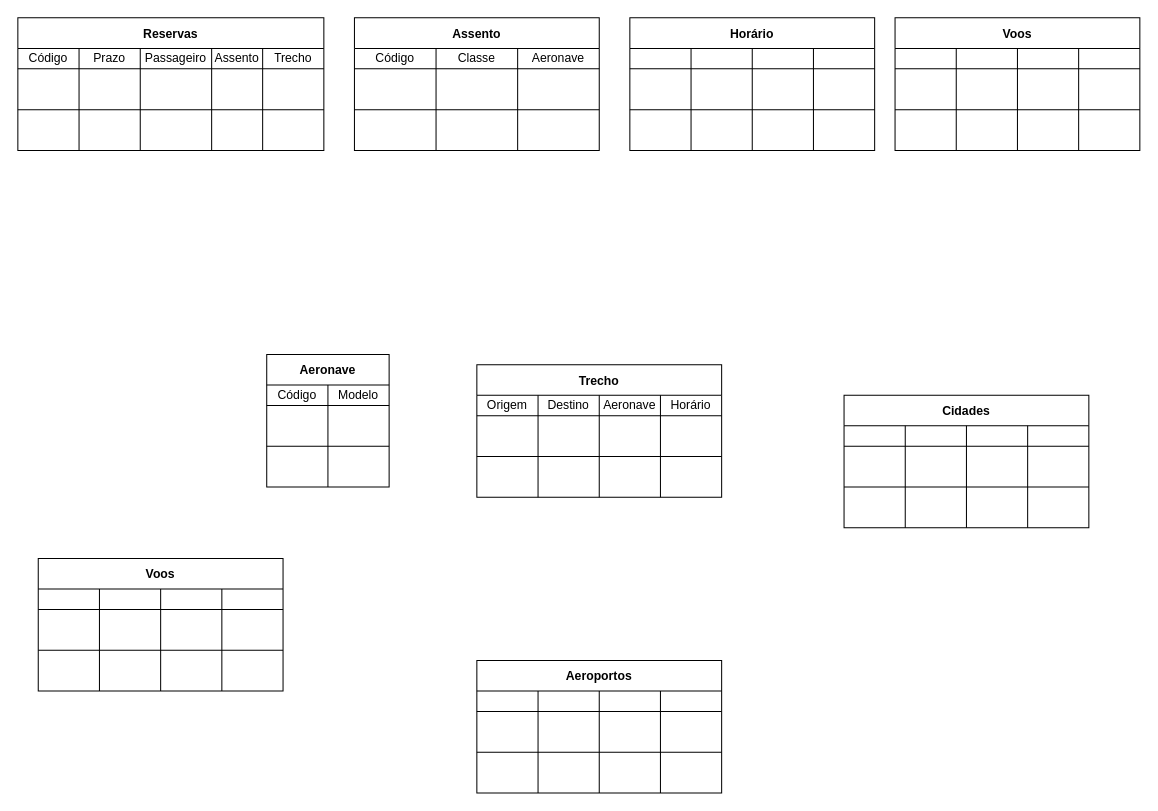
Above: Facul/AlgebraLinear.drawio in HansRafael/projects (draw.io), before the change. Source tidied: cells renumbered, new cells numbered last; positions are measured from the earlier drawing's top-left corner, leaving out a move shared by most shapes. Both pictures are drawn from the tidied source at 102%, with x=0, y=0 at pixel (17, 17).
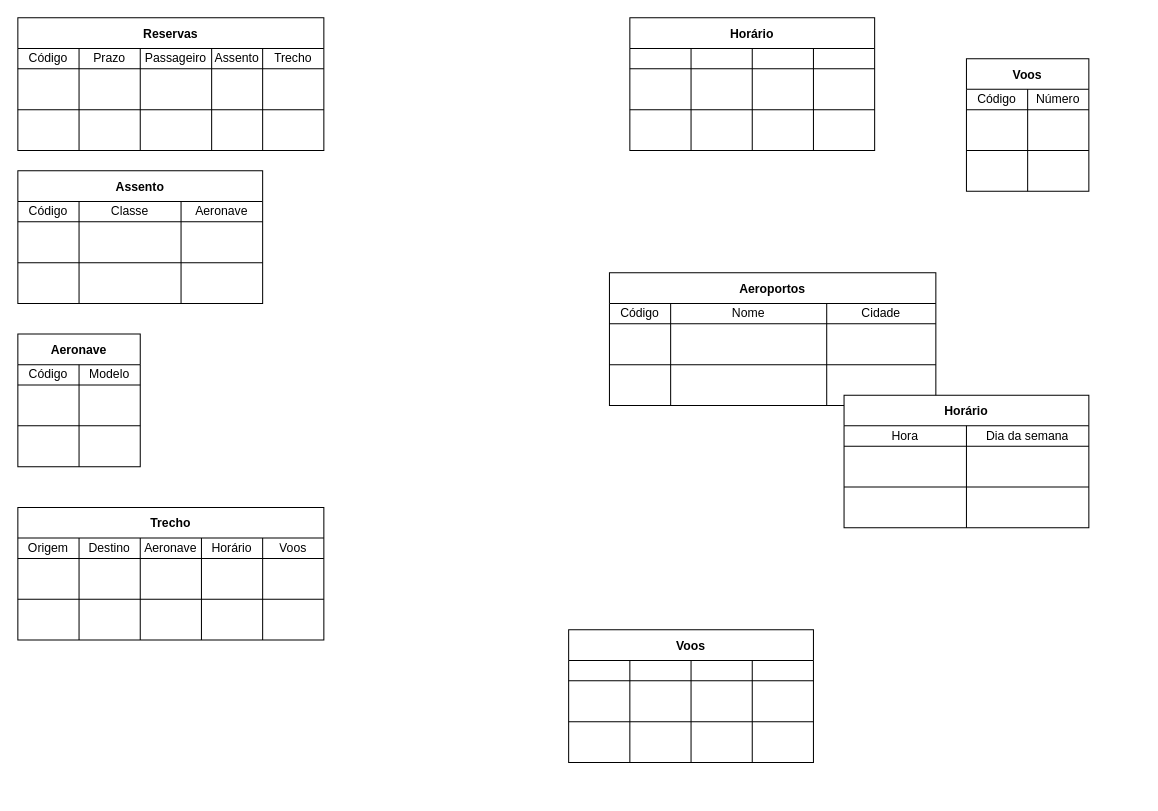
After the change.

Unchanged cells that the change refers to:
```xml
<mxCell id="30" style="shape=partialRectangle;html=1;whiteSpace=wrap;fillColor=none;top=0;left=0;bottom=0;right=0;" parent="29" vertex="1">
  <mxGeometry y="30" width="240" height="20" as="geometry" />
</mxCell>
<mxCell id="34" style="shape=partialRectangle;html=1;whiteSpace=wrap;fillColor=none;top=0;left=0;bottom=0;right=0;" parent="29" vertex="1">
  <mxGeometry y="50" width="240" height="40" as="geometry" />
</mxCell>
<mxCell id="38" style="shape=partialRectangle;html=1;whiteSpace=wrap;fillColor=none;top=0;left=0;bottom=0;right=0;" parent="29" vertex="1">
  <mxGeometry y="90" width="240" height="40" as="geometry" />
</mxCell>
<mxCell id="133" style="shape=partialRectangle;html=1;whiteSpace=wrap;fillColor=none;top=0;left=0;bottom=0;right=0;" parent="132" vertex="1">
  <mxGeometry y="30" width="240" height="20" as="geometry" />
</mxCell>
<mxCell id="138" style="shape=partialRectangle;html=1;whiteSpace=wrap;fillColor=none;top=0;left=0;bottom=0;right=0;" parent="132" vertex="1">
  <mxGeometry y="50" width="240" height="40" as="geometry" />
</mxCell>
<mxCell id="143" style="shape=partialRectangle;html=1;whiteSpace=wrap;fillColor=none;top=0;left=0;bottom=0;right=0;" parent="132" vertex="1">
  <mxGeometry y="90" width="240" height="40" as="geometry" />
</mxCell>
```

Diff of the diagram source:
```diff
@@
     <mxCell id="29" value="Assento" style="shape=table;startSize=30;childLayout=tableLayout;fontStyle=1;align=center;" parent="1" vertex="1">
-      <mxGeometry x="330" width="240" height="130" as="geometry" />
+      <mxGeometry y="150" width="240" height="130" as="geometry" />
     </mxCell>
@@
     <mxCell id="31" value="Código" style="shape=partialRectangle;html=1;whiteSpace=wrap;fillColor=none;top=0;left=0;bottom=0;right=0;overflow=hidden;" parent="30" vertex="1">
-      <mxGeometry width="80" height="20" as="geometry" />
+      <mxGeometry width="60" height="20" as="geometry" />
     </mxCell>
     <mxCell id="32" value="Classe" style="shape=partialRectangle;html=1;whiteSpace=wrap;fillColor=none;top=0;left=0;bottom=0;right=0;overflow=hidden;" parent="30" vertex="1">
-      <mxGeometry x="80" width="80" height="20" as="geometry" />
+      <mxGeometry x="60" width="100" height="20" as="geometry" />
     </mxCell>
@@
     <mxCell id="35" style="shape=partialRectangle;html=1;whiteSpace=wrap;fillColor=none;top=0;left=0;bottom=0;right=0;overflow=hidden;" parent="34" vertex="1">
-      <mxGeometry width="80" height="40" as="geometry" />
+      <mxGeometry width="60" height="40" as="geometry" />
     </mxCell>
     <mxCell id="36" style="shape=partialRectangle;html=1;whiteSpace=wrap;fillColor=none;top=0;left=0;bottom=0;right=0;overflow=hidden;" parent="34" vertex="1">
-      <mxGeometry x="80" width="80" height="40" as="geometry" />
+      <mxGeometry x="60" width="100" height="40" as="geometry" />
     </mxCell>
@@
     <mxCell id="39" style="shape=partialRectangle;html=1;whiteSpace=wrap;fillColor=none;top=0;left=0;bottom=0;right=0;overflow=hidden;" parent="38" vertex="1">
-      <mxGeometry width="80" height="40" as="geometry" />
+      <mxGeometry width="60" height="40" as="geometry" />
     </mxCell>
     <mxCell id="40" style="shape=partialRectangle;html=1;whiteSpace=wrap;fillColor=none;top=0;left=0;bottom=0;right=0;overflow=hidden;" parent="38" vertex="1">
-      <mxGeometry x="80" width="80" height="40" as="geometry" />
+      <mxGeometry x="60" width="100" height="40" as="geometry" />
     </mxCell>
@@
     <mxCell id="42" value="Aeronave" style="shape=table;startSize=30;childLayout=tableLayout;fontStyle=1;align=center;" parent="1" vertex="1">
-      <mxGeometry x="244" y="330" width="120" height="130" as="geometry" />
+      <mxGeometry y="310" width="120" height="130" as="geometry" />
     </mxCell>
@@
     <mxCell id="52" value="Trecho" style="shape=table;startSize=30;childLayout=tableLayout;fontStyle=1;align=center;" parent="1" vertex="1">
-      <mxGeometry x="450" y="340" width="240" height="130" as="geometry" />
+      <mxGeometry y="480" width="300" height="130" as="geometry" />
     </mxCell>
     <mxCell id="53" style="shape=partialRectangle;html=1;whiteSpace=wrap;fillColor=none;top=0;left=0;bottom=0;right=0;" parent="52" vertex="1">
-      <mxGeometry y="30" width="240" height="20" as="geometry" />
+      <mxGeometry y="30" width="300" height="20" as="geometry" />
     </mxCell>
@@
+    <mxCell id="148" value="Voos" style="shape=partialRectangle;html=1;whiteSpace=wrap;fillColor=none;top=0;left=0;bottom=0;right=0;overflow=hidden;" parent="53" vertex="1">
+      <mxGeometry x="240" width="60" height="20" as="geometry" />
+    </mxCell>
     <mxCell id="58" style="shape=partialRectangle;html=1;whiteSpace=wrap;fillColor=none;top=0;left=0;bottom=0;right=0;" parent="52" vertex="1">
-      <mxGeometry y="50" width="240" height="40" as="geometry" />
+      <mxGeometry y="50" width="300" height="40" as="geometry" />
     </mxCell>
@@
+    <mxCell id="149" style="shape=partialRectangle;html=1;whiteSpace=wrap;fillColor=none;top=0;left=0;bottom=0;right=0;overflow=hidden;" parent="58" vertex="1">
+      <mxGeometry x="240" width="60" height="40" as="geometry" />
+    </mxCell>
     <mxCell id="63" style="shape=partialRectangle;html=1;whiteSpace=wrap;fillColor=none;top=0;left=0;bottom=0;right=0;" parent="52" vertex="1">
-      <mxGeometry y="90" width="240" height="40" as="geometry" />
+      <mxGeometry y="90" width="300" height="40" as="geometry" />
     </mxCell>
@@
+    <mxCell id="150" style="shape=partialRectangle;html=1;whiteSpace=wrap;fillColor=none;top=0;left=0;bottom=0;right=0;overflow=hidden;" parent="63" vertex="1">
+      <mxGeometry x="240" width="60" height="40" as="geometry" />
+    </mxCell>
@@
-    <mxCell id="84" value="Voos" style="shape=table;startSize=30;childLayout=tableLayout;fontStyle=1;align=center;" parent="1" vertex="1">
-      <mxGeometry x="860" width="240" height="130" as="geometry" />
-    </mxCell>
-    <mxCell id="85" style="shape=partialRectangle;html=1;whiteSpace=wrap;fillColor=none;top=0;left=0;bottom=0;right=0;" parent="84" vertex="1">
-      <mxGeometry y="30" width="240" height="20" as="geometry" />
-    </mxCell>
-    <mxCell id="86" style="shape=partialRectangle;html=1;whiteSpace=wrap;fillColor=none;top=0;left=0;bottom=0;right=0;overflow=hidden;" parent="85" vertex="1">
-      <mxGeometry width="60" height="20" as="geometry" />
-    </mxCell>
-    <mxCell id="87" style="shape=partialRectangle;html=1;whiteSpace=wrap;fillColor=none;top=0;left=0;bottom=0;right=0;overflow=hidden;" parent="85" vertex="1">
-      <mxGeometry x="60" width="60" height="20" as="geometry" />
-    </mxCell>
-    <mxCell id="88" style="shape=partialRectangle;html=1;whiteSpace=wrap;fillColor=none;top=0;left=0;bottom=0;right=0;overflow=hidden;" parent="85" vertex="1">
-      <mxGeometry x="120" width="60" height="20" as="geometry" />
-    </mxCell>
-    <mxCell id="89" style="shape=partialRectangle;html=1;whiteSpace=wrap;fillColor=none;top=0;left=0;bottom=0;right=0;overflow=hidden;" parent="85" vertex="1">
-      <mxGeometry x="180" width="60" height="20" as="geometry" />
-    </mxCell>
-    <mxCell id="90" style="shape=partialRectangle;html=1;whiteSpace=wrap;fillColor=none;top=0;left=0;bottom=0;right=0;" parent="84" vertex="1">
-      <mxGeometry y="50" width="240" height="40" as="geometry" />
-    </mxCell>
-    <mxCell id="91" style="shape=partialRectangle;html=1;whiteSpace=wrap;fillColor=none;top=0;left=0;bottom=0;right=0;overflow=hidden;" parent="90" vertex="1">
-      <mxGeometry width="60" height="40" as="geometry" />
-    </mxCell>
-    <mxCell id="92" style="shape=partialRectangle;html=1;whiteSpace=wrap;fillColor=none;top=0;left=0;bottom=0;right=0;overflow=hidden;" parent="90" vertex="1">
-      <mxGeometry x="60" width="60" height="40" as="geometry" />
-    </mxCell>
-    <mxCell id="93" style="shape=partialRectangle;html=1;whiteSpace=wrap;fillColor=none;top=0;left=0;bottom=0;right=0;overflow=hidden;" parent="90" vertex="1">
-      <mxGeometry x="120" width="60" height="40" as="geometry" />
-    </mxCell>
-    <mxCell id="94" style="shape=partialRectangle;html=1;whiteSpace=wrap;fillColor=none;top=0;left=0;bottom=0;right=0;overflow=hidden;" parent="90" vertex="1">
-      <mxGeometry x="180" width="60" height="40" as="geometry" />
-    </mxCell>
-    <mxCell id="95" style="shape=partialRectangle;html=1;whiteSpace=wrap;fillColor=none;top=0;left=0;bottom=0;right=0;" parent="84" vertex="1">
-      <mxGeometry y="90" width="240" height="40" as="geometry" />
-    </mxCell>
-    <mxCell id="96" style="shape=partialRectangle;html=1;whiteSpace=wrap;fillColor=none;top=0;left=0;bottom=0;right=0;overflow=hidden;" parent="95" vertex="1">
-      <mxGeometry width="60" height="40" as="geometry" />
-    </mxCell>
-    <mxCell id="97" style="shape=partialRectangle;html=1;whiteSpace=wrap;fillColor=none;top=0;left=0;bottom=0;right=0;overflow=hidden;" parent="95" vertex="1">
-      <mxGeometry x="60" width="60" height="40" as="geometry" />
-    </mxCell>
-    <mxCell id="98" style="shape=partialRectangle;html=1;whiteSpace=wrap;fillColor=none;top=0;left=0;bottom=0;right=0;overflow=hidden;" parent="95" vertex="1">
-      <mxGeometry x="120" width="60" height="40" as="geometry" />
-    </mxCell>
-    <mxCell id="99" style="shape=partialRectangle;html=1;whiteSpace=wrap;fillColor=none;top=0;left=0;bottom=0;right=0;overflow=hidden;" parent="95" vertex="1">
-      <mxGeometry x="180" width="60" height="40" as="geometry" />
-    </mxCell>
     <mxCell id="100" value="Voos" style="shape=table;startSize=30;childLayout=tableLayout;fontStyle=1;align=center;" parent="1" vertex="1">
-      <mxGeometry x="20" y="530" width="240" height="130" as="geometry" />
+      <mxGeometry x="540" y="600" width="240" height="130" as="geometry" />
     </mxCell>
@@
     <mxCell id="116" value="Aeroportos" style="shape=table;startSize=30;childLayout=tableLayout;fontStyle=1;align=center;" parent="1" vertex="1">
-      <mxGeometry x="450" y="630" width="240" height="130" as="geometry" />
+      <mxGeometry x="580" y="250" width="320" height="130" as="geometry" />
     </mxCell>
     <mxCell id="117" style="shape=partialRectangle;html=1;whiteSpace=wrap;fillColor=none;top=0;left=0;bottom=0;right=0;" parent="116" vertex="1">
-      <mxGeometry y="30" width="240" height="20" as="geometry" />
+      <mxGeometry y="30" width="320" height="20" as="geometry" />
     </mxCell>
-    <mxCell id="118" style="shape=partialRectangle;html=1;whiteSpace=wrap;fillColor=none;top=0;left=0;bottom=0;right=0;overflow=hidden;" parent="117" vertex="1">
+    <mxCell id="118" value="Código" style="shape=partialRectangle;html=1;whiteSpace=wrap;fillColor=none;top=0;left=0;bottom=0;right=0;overflow=hidden;" parent="117" vertex="1">
       <mxGeometry width="60" height="20" as="geometry" />
     </mxCell>
-    <mxCell id="119" style="shape=partialRectangle;html=1;whiteSpace=wrap;fillColor=none;top=0;left=0;bottom=0;right=0;overflow=hidden;" parent="117" vertex="1">
-      <mxGeometry x="60" width="60" height="20" as="geometry" />
+    <mxCell id="119" value="Nome" style="shape=partialRectangle;html=1;whiteSpace=wrap;fillColor=none;top=0;left=0;bottom=0;right=0;overflow=hidden;" parent="117" vertex="1">
+      <mxGeometry x="60" width="153" height="20" as="geometry" />
     </mxCell>
-    <mxCell id="120" style="shape=partialRectangle;html=1;whiteSpace=wrap;fillColor=none;top=0;left=0;bottom=0;right=0;overflow=hidden;" parent="117" vertex="1">
-      <mxGeometry x="120" width="60" height="20" as="geometry" />
+    <mxCell id="120" value="Cidade" style="shape=partialRectangle;html=1;whiteSpace=wrap;fillColor=none;top=0;left=0;bottom=0;right=0;overflow=hidden;" parent="117" vertex="1">
+      <mxGeometry x="213" width="107" height="20" as="geometry" />
     </mxCell>
-    <mxCell id="121" style="shape=partialRectangle;html=1;whiteSpace=wrap;fillColor=none;top=0;left=0;bottom=0;right=0;overflow=hidden;" parent="117" vertex="1">
-      <mxGeometry x="180" width="60" height="20" as="geometry" />
-    </mxCell>
     <mxCell id="122" style="shape=partialRectangle;html=1;whiteSpace=wrap;fillColor=none;top=0;left=0;bottom=0;right=0;" parent="116" vertex="1">
-      <mxGeometry y="50" width="240" height="40" as="geometry" />
+      <mxGeometry y="50" width="320" height="40" as="geometry" />
     </mxCell>
@@
     <mxCell id="124" style="shape=partialRectangle;html=1;whiteSpace=wrap;fillColor=none;top=0;left=0;bottom=0;right=0;overflow=hidden;" parent="122" vertex="1">
-      <mxGeometry x="60" width="60" height="40" as="geometry" />
+      <mxGeometry x="60" width="153" height="40" as="geometry" />
     </mxCell>
     <mxCell id="125" style="shape=partialRectangle;html=1;whiteSpace=wrap;fillColor=none;top=0;left=0;bottom=0;right=0;overflow=hidden;" parent="122" vertex="1">
-      <mxGeometry x="120" width="60" height="40" as="geometry" />
+      <mxGeometry x="213" width="107" height="40" as="geometry" />
     </mxCell>
-    <mxCell id="126" style="shape=partialRectangle;html=1;whiteSpace=wrap;fillColor=none;top=0;left=0;bottom=0;right=0;overflow=hidden;" parent="122" vertex="1">
-      <mxGeometry x="180" width="60" height="40" as="geometry" />
-    </mxCell>
     <mxCell id="127" style="shape=partialRectangle;html=1;whiteSpace=wrap;fillColor=none;top=0;left=0;bottom=0;right=0;" parent="116" vertex="1">
-      <mxGeometry y="90" width="240" height="40" as="geometry" />
+      <mxGeometry y="90" width="320" height="40" as="geometry" />
     </mxCell>
@@
     <mxCell id="129" style="shape=partialRectangle;html=1;whiteSpace=wrap;fillColor=none;top=0;left=0;bottom=0;right=0;overflow=hidden;" parent="127" vertex="1">
-      <mxGeometry x="60" width="60" height="40" as="geometry" />
+      <mxGeometry x="60" width="153" height="40" as="geometry" />
     </mxCell>
     <mxCell id="130" style="shape=partialRectangle;html=1;whiteSpace=wrap;fillColor=none;top=0;left=0;bottom=0;right=0;overflow=hidden;" parent="127" vertex="1">
-      <mxGeometry x="120" width="60" height="40" as="geometry" />
+      <mxGeometry x="213" width="107" height="40" as="geometry" />
     </mxCell>
-    <mxCell id="131" style="shape=partialRectangle;html=1;whiteSpace=wrap;fillColor=none;top=0;left=0;bottom=0;right=0;overflow=hidden;" parent="127" vertex="1">
-      <mxGeometry x="180" width="60" height="40" as="geometry" />
-    </mxCell>
-    <mxCell id="132" value="Cidades" style="shape=table;startSize=30;childLayout=tableLayout;fontStyle=1;align=center;" parent="1" vertex="1">
+    <mxCell id="132" value="Horário" style="shape=table;startSize=30;childLayout=tableLayout;fontStyle=1;align=center;" parent="1" vertex="1">
       <mxGeometry x="810" y="370" width="240" height="130" as="geometry" />
     </mxCell>
@@
-    <mxCell id="134" style="shape=partialRectangle;html=1;whiteSpace=wrap;fillColor=none;top=0;left=0;bottom=0;right=0;overflow=hidden;" parent="133" vertex="1">
-      <mxGeometry width="60" height="20" as="geometry" />
+    <mxCell id="134" value="Hora" style="shape=partialRectangle;html=1;whiteSpace=wrap;fillColor=none;top=0;left=0;bottom=0;right=0;overflow=hidden;" parent="133" vertex="1">
+      <mxGeometry width="120" height="20" as="geometry" />
     </mxCell>
-    <mxCell id="135" style="shape=partialRectangle;html=1;whiteSpace=wrap;fillColor=none;top=0;left=0;bottom=0;right=0;overflow=hidden;" parent="133" vertex="1">
-      <mxGeometry x="60" width="60" height="20" as="geometry" />
+    <mxCell id="135" value="Dia da semana" style="shape=partialRectangle;html=1;whiteSpace=wrap;fillColor=none;top=0;left=0;bottom=0;right=0;overflow=hidden;" parent="133" vertex="1">
+      <mxGeometry x="120" width="120" height="20" as="geometry" />
     </mxCell>
-    <mxCell id="136" style="shape=partialRectangle;html=1;whiteSpace=wrap;fillColor=none;top=0;left=0;bottom=0;right=0;overflow=hidden;" parent="133" vertex="1">
-      <mxGeometry x="120" width="60" height="20" as="geometry" />
-    </mxCell>
-    <mxCell id="137" style="shape=partialRectangle;html=1;whiteSpace=wrap;fillColor=none;top=0;left=0;bottom=0;right=0;overflow=hidden;" parent="133" vertex="1">
-      <mxGeometry x="180" width="60" height="20" as="geometry" />
-    </mxCell>
@@
     <mxCell id="139" style="shape=partialRectangle;html=1;whiteSpace=wrap;fillColor=none;top=0;left=0;bottom=0;right=0;overflow=hidden;" parent="138" vertex="1">
-      <mxGeometry width="60" height="40" as="geometry" />
+      <mxGeometry width="120" height="40" as="geometry" />
     </mxCell>
     <mxCell id="140" style="shape=partialRectangle;html=1;whiteSpace=wrap;fillColor=none;top=0;left=0;bottom=0;right=0;overflow=hidden;" parent="138" vertex="1">
-      <mxGeometry x="60" width="60" height="40" as="geometry" />
+      <mxGeometry x="120" width="120" height="40" as="geometry" />
     </mxCell>
-    <mxCell id="141" style="shape=partialRectangle;html=1;whiteSpace=wrap;fillColor=none;top=0;left=0;bottom=0;right=0;overflow=hidden;" parent="138" vertex="1">
-      <mxGeometry x="120" width="60" height="40" as="geometry" />
-    </mxCell>
-    <mxCell id="142" style="shape=partialRectangle;html=1;whiteSpace=wrap;fillColor=none;top=0;left=0;bottom=0;right=0;overflow=hidden;" parent="138" vertex="1">
-      <mxGeometry x="180" width="60" height="40" as="geometry" />
-    </mxCell>
@@
     <mxCell id="144" style="shape=partialRectangle;html=1;whiteSpace=wrap;fillColor=none;top=0;left=0;bottom=0;right=0;overflow=hidden;" parent="143" vertex="1">
-      <mxGeometry width="60" height="40" as="geometry" />
+      <mxGeometry width="120" height="40" as="geometry" />
     </mxCell>
     <mxCell id="145" style="shape=partialRectangle;html=1;whiteSpace=wrap;fillColor=none;top=0;left=0;bottom=0;right=0;overflow=hidden;" parent="143" vertex="1">
-      <mxGeometry x="60" width="60" height="40" as="geometry" />
+      <mxGeometry x="120" width="120" height="40" as="geometry" />
     </mxCell>
-    <mxCell id="146" style="shape=partialRectangle;html=1;whiteSpace=wrap;fillColor=none;top=0;left=0;bottom=0;right=0;overflow=hidden;" parent="143" vertex="1">
-      <mxGeometry x="120" width="60" height="40" as="geometry" />
-    </mxCell>
-    <mxCell id="147" style="shape=partialRectangle;html=1;whiteSpace=wrap;fillColor=none;top=0;left=0;bottom=0;right=0;overflow=hidden;" parent="143" vertex="1">
-      <mxGeometry x="180" width="60" height="40" as="geometry" />
-    </mxCell>
+    <mxCell id="84" value="Voos" style="shape=table;startSize=30;childLayout=tableLayout;fontStyle=1;align=center;" parent="1" vertex="1">
+      <mxGeometry x="930" y="40" width="120" height="130" as="geometry" />
+    </mxCell>
+    <mxCell id="151" style="shape=partialRectangle;html=1;whiteSpace=wrap;fillColor=none;top=0;left=0;bottom=0;right=0;" parent="84" vertex="1">
+      <mxGeometry y="30" width="120" height="20" as="geometry" />
+    </mxCell>
+    <mxCell id="152" value="Código" style="shape=partialRectangle;html=1;whiteSpace=wrap;fillColor=none;top=0;left=0;bottom=0;right=0;overflow=hidden;" parent="151" vertex="1">
+      <mxGeometry width="60" height="20" as="geometry" />
+    </mxCell>
+    <mxCell id="153" value="Número" style="shape=partialRectangle;html=1;whiteSpace=wrap;fillColor=none;top=0;left=0;bottom=0;right=0;overflow=hidden;" parent="151" vertex="1">
+      <mxGeometry x="60" width="60" height="20" as="geometry" />
+    </mxCell>
+    <mxCell id="154" style="shape=partialRectangle;html=1;whiteSpace=wrap;fillColor=none;top=0;left=0;bottom=0;right=0;" parent="84" vertex="1">
+      <mxGeometry y="50" width="120" height="40" as="geometry" />
+    </mxCell>
+    <mxCell id="155" style="shape=partialRectangle;html=1;whiteSpace=wrap;fillColor=none;top=0;left=0;bottom=0;right=0;overflow=hidden;" parent="154" vertex="1">
+      <mxGeometry width="60" height="40" as="geometry" />
+    </mxCell>
+    <mxCell id="156" style="shape=partialRectangle;html=1;whiteSpace=wrap;fillColor=none;top=0;left=0;bottom=0;right=0;overflow=hidden;" parent="154" vertex="1">
+      <mxGeometry x="60" width="60" height="40" as="geometry" />
+    </mxCell>
+    <mxCell id="157" style="shape=partialRectangle;html=1;whiteSpace=wrap;fillColor=none;top=0;left=0;bottom=0;right=0;" parent="84" vertex="1">
+      <mxGeometry y="90" width="120" height="40" as="geometry" />
+    </mxCell>
+    <mxCell id="158" style="shape=partialRectangle;html=1;whiteSpace=wrap;fillColor=none;top=0;left=0;bottom=0;right=0;overflow=hidden;" parent="157" vertex="1">
+      <mxGeometry width="60" height="40" as="geometry" />
+    </mxCell>
+    <mxCell id="159" style="shape=partialRectangle;html=1;whiteSpace=wrap;fillColor=none;top=0;left=0;bottom=0;right=0;overflow=hidden;" parent="157" vertex="1">
+      <mxGeometry x="60" width="60" height="40" as="geometry" />
+    </mxCell>
```
